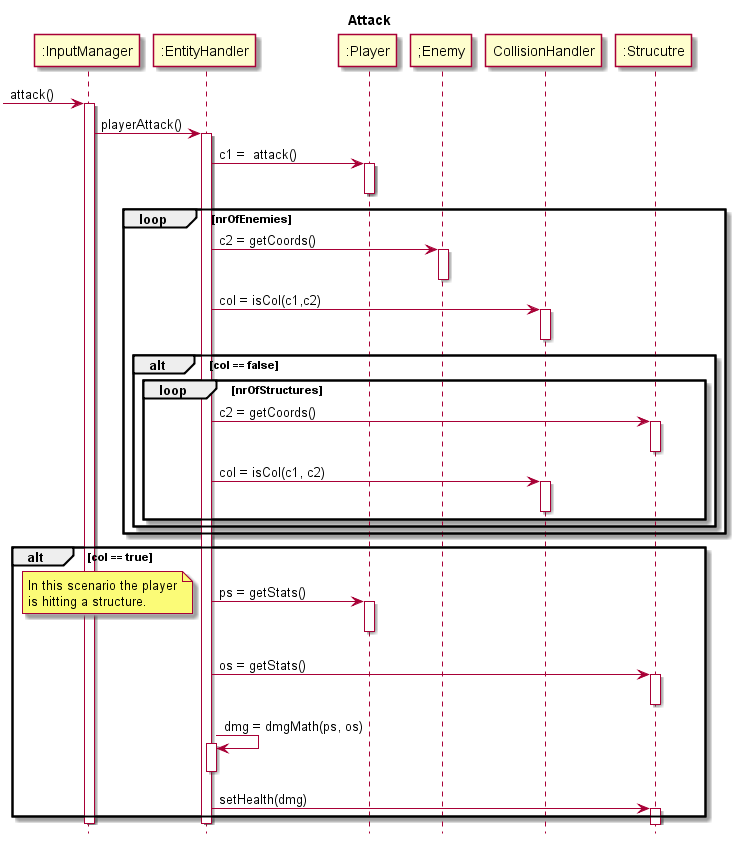
Earlier version of the PlantUML export Assignments/AssignmentTwo/Sequence Diagrams/attack.png (Henkebot/OOD-PA1415-Sallad).
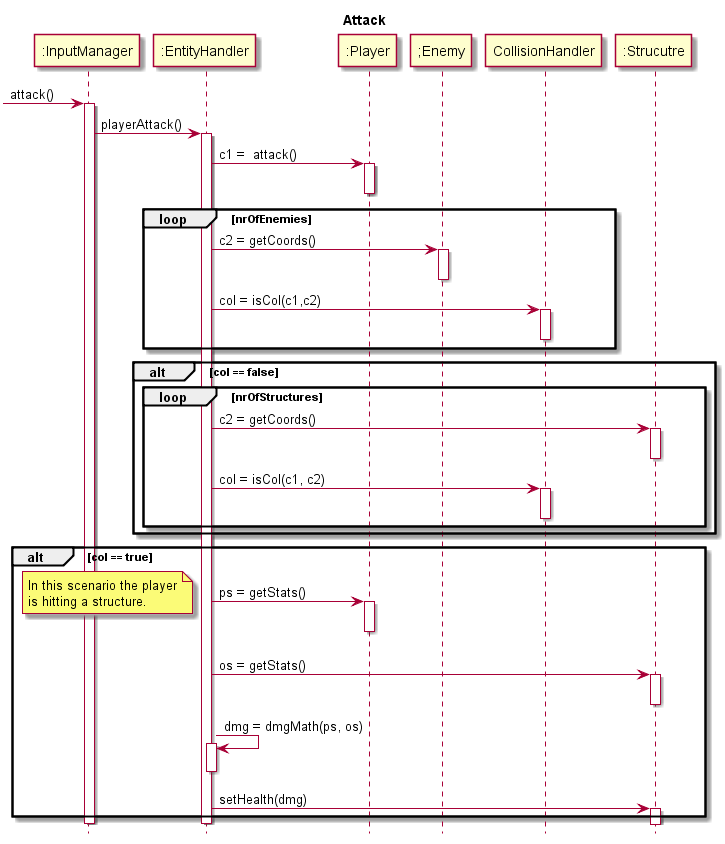
Above is the later version.

Diff of the diagram source:
```diff
@@ -30,7 +30,7 @@
 			eh -> ch : col = isCol(c1,c2)
 			activate ch
 			deactivate ch
-
+			end
 			alt col == false
 				loop nrOfStructures
 					eh -> struct : c2 = getCoords()
@@ -45,7 +45,7 @@
 				end
 
 			end
-		end
+
 
 		alt col == true
 			eh -> player : ps = getStats()
```
